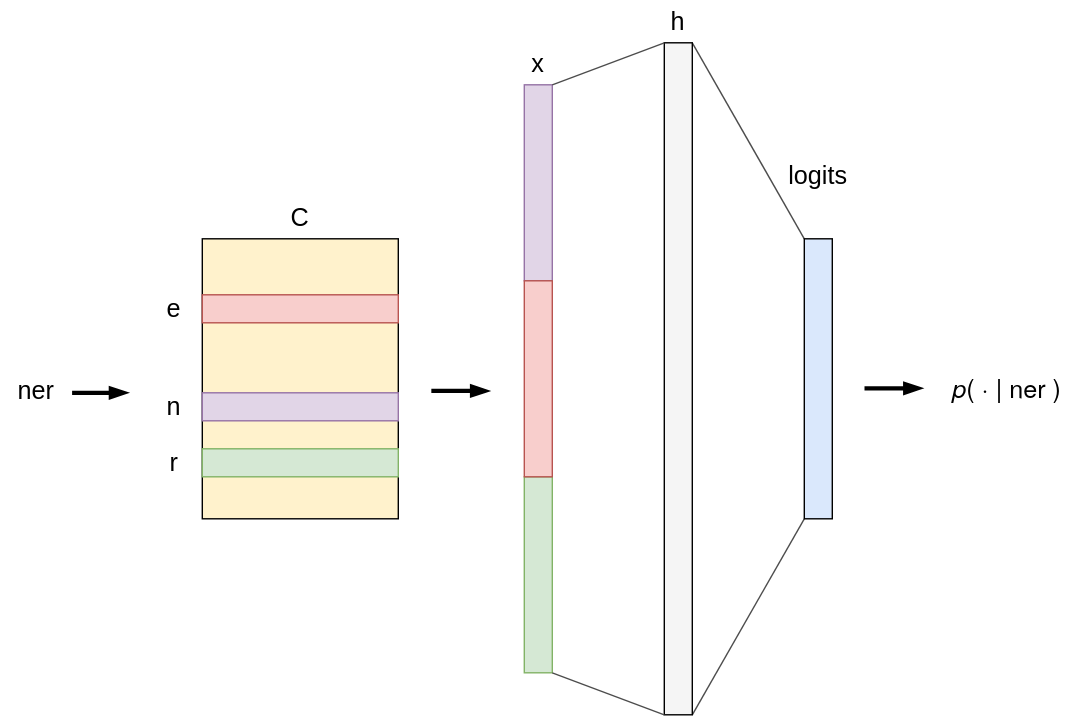
Earlier version of the draw.io export docs/img/mlp-char-level.drawio.svg (particle1331/ok-transformer). Source tidied: cells renumbered, new cells last; positions are measured from the earlier drawing's top-left corner, leaving out a move shared by most shapes.
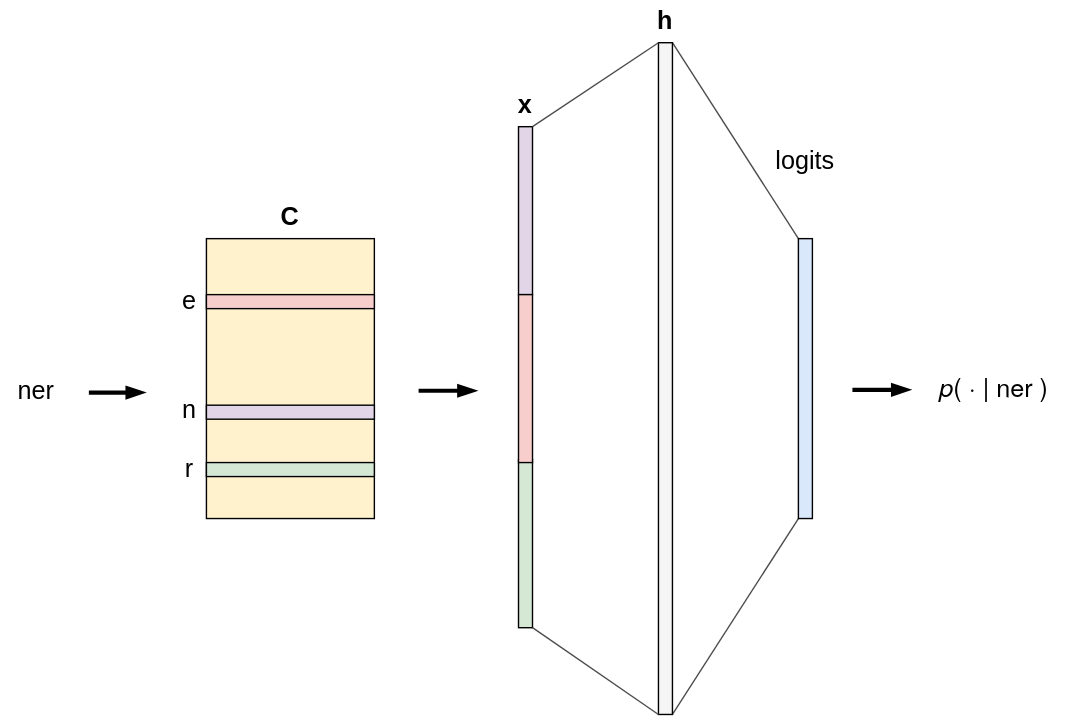
After the commit.

Diff of the diagram source:
```diff
@@ -3,49 +3,49 @@
     <mxCell id="0" />
     <mxCell id="1" parent="0" />
     <mxCell id="2" value="&lt;span style=&quot;font-size: 18px;&quot;&gt;ner&lt;/span&gt;" style="text;html=1;align=center;verticalAlign=middle;strokeColor=none;fillColor=none;" parent="1" vertex="1">
-      <mxGeometry y="259" width="50" height="40" as="geometry" />
+      <mxGeometry x="14" y="259" width="50" height="40" as="geometry" />
     </mxCell>
     <mxCell id="3" style="rounded=0;whiteSpace=wrap;html=1;fontSize=18;fillColor=#fff2cc;strokeColor=#000000;" parent="1" vertex="1">
-      <mxGeometry x="144" y="170" width="140" height="200" as="geometry" />
+      <mxGeometry x="161" y="170" width="120" height="200" as="geometry" />
     </mxCell>
-    <mxCell id="4" style="rounded=0;whiteSpace=wrap;html=1;fontSize=18;fillColor=#f8cecc;strokeColor=#b85450;" parent="1" vertex="1">
-      <mxGeometry x="144" y="210" width="140" height="20" as="geometry" />
+    <mxCell id="4" style="rounded=0;whiteSpace=wrap;html=1;fontSize=18;fillColor=#f8cecc;strokeColor=#000000;" parent="1" vertex="1">
+      <mxGeometry x="161" y="210" width="120" height="10" as="geometry" />
     </mxCell>
-    <mxCell id="5" style="rounded=0;whiteSpace=wrap;html=1;fontSize=18;fillColor=#e1d5e7;strokeColor=#9673a6;" parent="1" vertex="1">
-      <mxGeometry x="144" y="280" width="140" height="20" as="geometry" />
+    <mxCell id="5" style="rounded=0;whiteSpace=wrap;html=1;fontSize=18;fillColor=#e1d5e7;strokeColor=#000000;" parent="1" vertex="1">
+      <mxGeometry x="161" y="289" width="120" height="10" as="geometry" />
     </mxCell>
-    <mxCell id="6" style="rounded=0;whiteSpace=wrap;html=1;fontSize=18;fillColor=#d5e8d4;strokeColor=#82b366;" parent="1" vertex="1">
-      <mxGeometry x="144" y="320" width="140" height="20" as="geometry" />
+    <mxCell id="6" style="rounded=0;whiteSpace=wrap;html=1;fontSize=18;fillColor=#d5e8d4;strokeColor=#000000;" parent="1" vertex="1">
+      <mxGeometry x="161" y="330" width="120" height="10" as="geometry" />
     </mxCell>
     <mxCell id="7" value="e" style="text;html=1;strokeColor=none;fillColor=none;align=center;verticalAlign=middle;whiteSpace=wrap;rounded=0;fontSize=18;" parent="1" vertex="1">
-      <mxGeometry x="94" y="205" width="60" height="30" as="geometry" />
+      <mxGeometry x="119" y="200" width="60" height="30" as="geometry" />
     </mxCell>
     <mxCell id="8" value="r" style="text;html=1;strokeColor=none;fillColor=none;align=center;verticalAlign=middle;whiteSpace=wrap;rounded=0;fontSize=18;" parent="1" vertex="1">
-      <mxGeometry x="94" y="315" width="60" height="30" as="geometry" />
+      <mxGeometry x="119" y="320" width="60" height="30" as="geometry" />
     </mxCell>
     <mxCell id="9" value="n" style="text;html=1;strokeColor=none;fillColor=none;align=center;verticalAlign=middle;whiteSpace=wrap;rounded=0;fontSize=18;" parent="1" vertex="1">
-      <mxGeometry x="94" y="275" width="60" height="30" as="geometry" />
+      <mxGeometry x="119" y="278" width="60" height="30" as="geometry" />
     </mxCell>
     <mxCell id="10" style="endArrow=blockThin;html=1;rounded=0;fontSize=18;endFill=1;strokeWidth=3;" parent="1" edge="1">
       <mxGeometry relative="1" as="geometry">
-        <mxPoint x="51" y="280" as="sourcePoint" />
-        <mxPoint x="91" y="280" as="targetPoint" />
+        <mxPoint x="77" y="280" as="sourcePoint" />
+        <mxPoint x="117" y="280" as="targetPoint" />
       </mxGeometry>
     </mxCell>
-    <mxCell id="11" value="C" style="text;html=1;strokeColor=none;fillColor=none;align=center;verticalAlign=middle;whiteSpace=wrap;rounded=0;fontSize=18;" parent="1" vertex="1">
-      <mxGeometry x="184" y="140" width="60" height="30" as="geometry" />
+    <mxCell id="11" value="C" style="text;html=1;strokeColor=none;fillColor=none;align=center;verticalAlign=middle;whiteSpace=wrap;rounded=0;fontSize=18;fontStyle=1;" parent="1" vertex="1">
+      <mxGeometry x="191" y="140" width="60" height="30" as="geometry" />
     </mxCell>
-    <mxCell id="12" style="rounded=0;whiteSpace=wrap;html=1;fontSize=18;fillColor=#e1d5e7;strokeColor=#9673a6;rotation=90;" parent="1" vertex="1">
-      <mxGeometry x="314" y="120" width="140" height="20" as="geometry" />
+    <mxCell id="12" style="rounded=0;whiteSpace=wrap;html=1;fontSize=18;fillColor=#e1d5e7;strokeColor=#000000;rotation=90;" parent="1" vertex="1">
+      <mxGeometry x="329" y="145" width="120" height="10" as="geometry" />
     </mxCell>
-    <mxCell id="13" style="rounded=0;whiteSpace=wrap;html=1;fontSize=18;fillColor=#d5e8d4;strokeColor=#82b366;rotation=90;" parent="1" vertex="1">
-      <mxGeometry x="314" y="400" width="140" height="20" as="geometry" />
+    <mxCell id="13" style="rounded=0;whiteSpace=wrap;html=1;fontSize=18;fillColor=#d5e8d4;strokeColor=#000000;rotation=90;" parent="1" vertex="1">
+      <mxGeometry x="329" y="383" width="120" height="10" as="geometry" />
     </mxCell>
-    <mxCell id="14" style="rounded=0;whiteSpace=wrap;html=1;fontSize=18;fillColor=#f8cecc;strokeColor=#b85450;rotation=90;" parent="1" vertex="1">
-      <mxGeometry x="314" y="260" width="140" height="20" as="geometry" />
+    <mxCell id="14" style="rounded=0;whiteSpace=wrap;html=1;fontSize=18;fillColor=#f8cecc;strokeColor=#000000;rotation=90;" parent="1" vertex="1">
+      <mxGeometry x="329" y="265" width="120" height="10" as="geometry" />
     </mxCell>
-    <mxCell id="15" value="x" style="text;html=1;strokeColor=none;fillColor=none;align=center;verticalAlign=middle;whiteSpace=wrap;rounded=0;fontSize=18;" parent="1" vertex="1">
-      <mxGeometry x="354" y="30" width="60" height="30" as="geometry" />
+    <mxCell id="15" value="x" style="text;html=1;strokeColor=none;fillColor=none;align=center;verticalAlign=middle;whiteSpace=wrap;rounded=0;fontSize=18;fontStyle=1;" parent="1" vertex="1">
+      <mxGeometry x="359" y="60" width="60" height="30" as="geometry" />
     </mxCell>
     <mxCell id="16" style="rounded=0;jettySize=auto;html=1;exitX=1;exitY=1;exitDx=0;exitDy=0;entryX=0;entryY=1;entryDx=0;entryDy=0;strokeColor=#4D4D4D;strokeWidth=1;fontSize=18;endArrow=none;endFill=0;" parent="1" edge="1" source="18" target="19">
       <mxGeometry relative="1" as="geometry" />
@@ -54,27 +54,27 @@
       <mxGeometry relative="1" as="geometry" />
     </mxCell>
     <mxCell id="18" style="rounded=0;whiteSpace=wrap;html=1;strokeColor=#000000;fontSize=18;fillColor=#f5f5f5;fontColor=#333333;" parent="1" vertex="1">
-      <mxGeometry x="474" y="30" width="20" height="480" as="geometry" />
+      <mxGeometry x="484" y="30" width="10" height="480" as="geometry" />
     </mxCell>
     <mxCell id="19" style="rounded=0;whiteSpace=wrap;html=1;strokeColor=#000000;fontSize=18;fillColor=#dae8fc;" parent="1" vertex="1">
-      <mxGeometry x="574" y="170" width="20" height="200" as="geometry" />
+      <mxGeometry x="584" y="170" width="10" height="200" as="geometry" />
     </mxCell>
-    <mxCell id="20" value="h" style="text;html=1;strokeColor=none;fillColor=none;align=center;verticalAlign=middle;whiteSpace=wrap;rounded=0;fontSize=18;" parent="1" vertex="1">
-      <mxGeometry x="454" width="60" height="30" as="geometry" />
+    <mxCell id="20" value="h" style="text;html=1;strokeColor=none;fillColor=none;align=center;verticalAlign=middle;whiteSpace=wrap;rounded=0;fontSize=18;fontStyle=1;" parent="1" vertex="1">
+      <mxGeometry x="459" width="60" height="30" as="geometry" />
     </mxCell>
-    <mxCell id="21" value="logits" style="text;html=1;strokeColor=none;fillColor=none;align=center;verticalAlign=middle;whiteSpace=wrap;rounded=0;fontSize=18;" parent="1" vertex="1">
-      <mxGeometry x="554" y="110" width="60" height="30" as="geometry" />
+    <mxCell id="21" value="logits" style="text;html=1;strokeColor=none;fillColor=none;align=center;verticalAlign=middle;whiteSpace=wrap;rounded=0;fontSize=18;fontStyle=0;" parent="1" vertex="1">
+      <mxGeometry x="559" y="100" width="60" height="30" as="geometry" />
     </mxCell>
     <mxCell id="22" style="endArrow=blockThin;html=1;rounded=0;fontSize=18;exitX=1.06;exitY=0.563;exitDx=0;exitDy=0;exitPerimeter=0;endFill=1;strokeWidth=3;" parent="1" edge="1">
       <mxGeometry relative="1" as="geometry">
-        <mxPoint x="617" y="276.8" as="sourcePoint" />
-        <mxPoint x="658.4" y="276.8" as="targetPoint" />
+        <mxPoint x="622.6" y="278" as="sourcePoint" />
+        <mxPoint x="664" y="278" as="targetPoint" />
       </mxGeometry>
     </mxCell>
     <mxCell id="23" style="endArrow=blockThin;html=1;rounded=0;fontSize=18;exitX=1.06;exitY=0.563;exitDx=0;exitDy=0;exitPerimeter=0;endFill=1;strokeWidth=3;" parent="1" edge="1">
       <mxGeometry relative="1" as="geometry">
-        <mxPoint x="307.6" y="278.7" as="sourcePoint" />
-        <mxPoint x="349" y="278.7" as="targetPoint" />
+        <mxPoint x="312.6" y="278.7" as="sourcePoint" />
+        <mxPoint x="354" y="278.7" as="targetPoint" />
       </mxGeometry>
     </mxCell>
     <mxCell id="24" style="endArrow=none;html=1;rounded=0;strokeWidth=1;fontSize=18;exitX=0;exitY=0;exitDx=0;exitDy=0;strokeColor=#4D4D4D;entryX=0;entryY=0;entryDx=0;entryDy=0;" parent="1" edge="1" source="12" target="18">
@@ -84,7 +84,7 @@
       <mxGeometry relative="1" as="geometry" />
     </mxCell>
     <mxCell id="26" value="&lt;p style=&quot;margin: 0px; font-variant-numeric: normal; font-variant-east-asian: normal; font-stretch: normal; line-height: normal; font-family: &amp;quot;Helvetica Neue&amp;quot;; text-align: start;&quot; class=&quot;p1&quot;&gt;&lt;i&gt;p&lt;/i&gt;( · | ner )&lt;/p&gt;" style="text;html=1;strokeColor=none;fillColor=none;align=center;verticalAlign=middle;whiteSpace=wrap;rounded=0;labelBackgroundColor=#FFFFFF;fontSize=18;fontColor=#000000;" parent="1" vertex="1">
-      <mxGeometry x="664" y="260" width="110" height="30" as="geometry" />
+      <mxGeometry x="669" y="260" width="110" height="30" as="geometry" />
     </mxCell>
   </root>
 </mxGraphModel>
```
